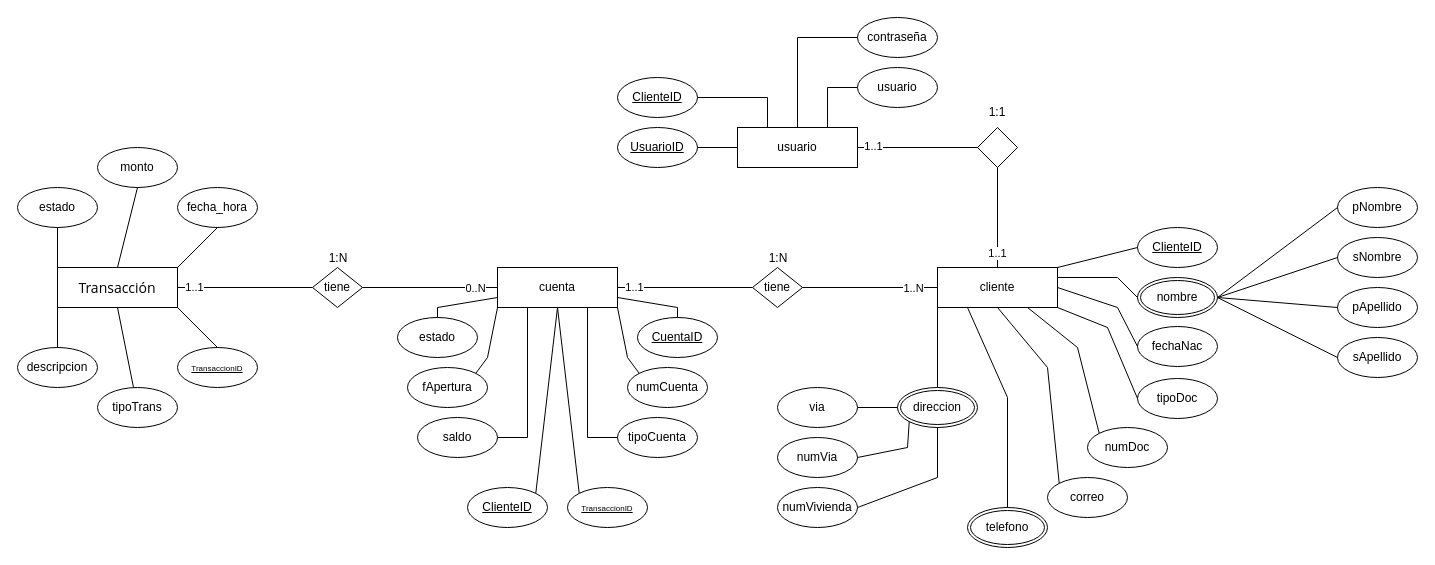
The draw.io diagram page "proyec-bank" (5 of 6) of Programacion-Software/data-base/Diagrama sin título.drawio in JDFrontEnd/programacion-software-sena, before the edit. Source tidied: cells renumbered, new cells numbered last; positions are measured from the earlier drawing's top-left corner, leaving out a move shared by most shapes. Both pictures are drawn from the tidied source at 100%, with x=0, y=0 at pixel (17, 17).
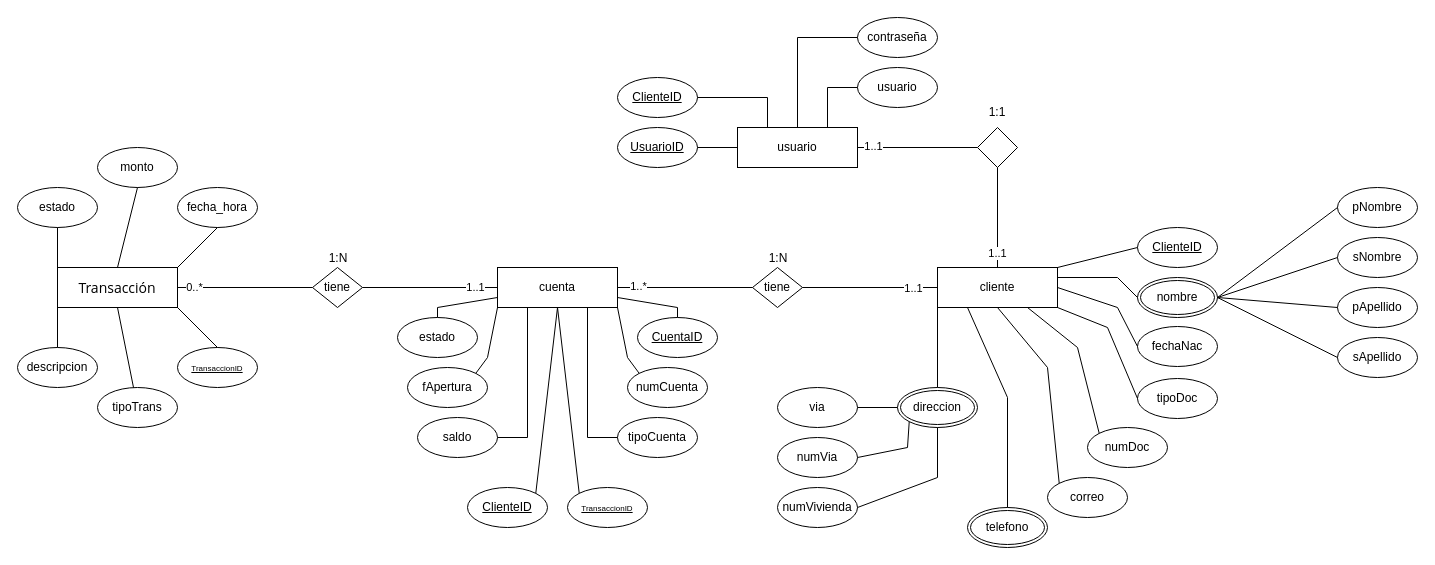
The same page after the edit.

The change refers to these unchanged cells:
```xml
<mxCell id="17" style="endArrow=none;html=1;rounded=0;defaultLabelBackgroundColor=page;labelPadding=0 4;entryX=0;entryY=0.5;entryDx=0;entryDy=0;exitX=1;exitY=0.5;exitDx=0;exitDy=0;" parent="1" edge="1" source="16" target="2">
  <mxGeometry relative="1" as="geometry" />
</mxCell>
<mxCell id="19" style="endArrow=none;html=1;rounded=0;defaultLabelBackgroundColor=page;labelPadding=0 4;entryX=0;entryY=0.5;entryDx=0;entryDy=0;exitX=1;exitY=0.5;exitDx=0;exitDy=0;" parent="1" edge="1" source="14" target="16">
  <mxGeometry relative="1" as="geometry" />
</mxCell>
<mxCell id="22" style="endArrow=none;html=1;rounded=0;defaultLabelBackgroundColor=page;labelPadding=0 4;entryX=0;entryY=0.5;entryDx=0;entryDy=0;exitX=1;exitY=0.5;exitDx=0;exitDy=0;" parent="1" edge="1" source="26" target="14">
  <mxGeometry relative="1" as="geometry" />
</mxCell>
<mxCell id="24" style="endArrow=none;html=1;rounded=0;defaultLabelBackgroundColor=page;labelPadding=0 4;entryX=0;entryY=0.5;entryDx=0;entryDy=0;exitX=1;exitY=0.5;exitDx=0;exitDy=0;" parent="1" edge="1" source="15" target="26">
  <mxGeometry relative="1" as="geometry" />
</mxCell>
```

Change to the diagram source:
```diff
@@
-    <mxCell id="18" value="1..N" style="edgeLabel;html=1;align=center;verticalAlign=middle;inheritText=1;defaultLabelBackgroundColor=page;labelPadding=0 4;" parent="17" vertex="1">
+    <mxCell id="18" value="1..1" style="edgeLabel;html=1;align=center;verticalAlign=middle;inheritText=1;defaultLabelBackgroundColor=page;labelPadding=0 4;" parent="17" vertex="1">
       <mxGeometry x="0.66" relative="1" as="geometry">
         <mxPoint x="-2" as="offset" />
       </mxGeometry>
     </mxCell>
@@
-    <mxCell id="20" value="1..1" style="edgeLabel;html=1;align=center;verticalAlign=middle;inheritText=1;defaultLabelBackgroundColor=page;labelPadding=0 4;" parent="19" vertex="1">
+    <mxCell id="20" value="1..*" style="edgeLabel;html=1;align=center;verticalAlign=middle;inheritText=1;defaultLabelBackgroundColor=page;labelPadding=0 4;" parent="19" vertex="1">
       <mxGeometry x="-0.76" y="-1" relative="1" as="geometry">
-        <mxPoint y="-2" as="offset" />
+        <mxPoint x="4" y="-3" as="offset" />
       </mxGeometry>
     </mxCell>
@@
-    <mxCell id="23" value="0..N" style="edgeLabel;html=1;align=center;verticalAlign=middle;inheritText=1;defaultLabelBackgroundColor=page;labelPadding=0 4;" parent="22" vertex="1">
-      <mxGeometry x="0.66" relative="1" as="geometry" />
+    <mxCell id="23" value="1..1" style="edgeLabel;html=1;align=center;verticalAlign=middle;inheritText=1;defaultLabelBackgroundColor=page;labelPadding=0 4;" parent="22" vertex="1">
+      <mxGeometry x="0.66" relative="1" as="geometry">
+        <mxPoint y="-1" as="offset" />
+      </mxGeometry>
     </mxCell>
@@
-    <mxCell id="25" value="1..1" style="edgeLabel;html=1;align=center;verticalAlign=middle;inheritText=1;defaultLabelBackgroundColor=page;labelPadding=0 4;" parent="24" vertex="1">
+    <mxCell id="25" value="0..*" style="edgeLabel;html=1;align=center;verticalAlign=middle;inheritText=1;defaultLabelBackgroundColor=page;labelPadding=0 4;" parent="24" vertex="1">
       <mxGeometry x="-0.76" y="-1" relative="1" as="geometry">
         <mxPoint y="-2" as="offset" />
       </mxGeometry>
     </mxCell>
```
